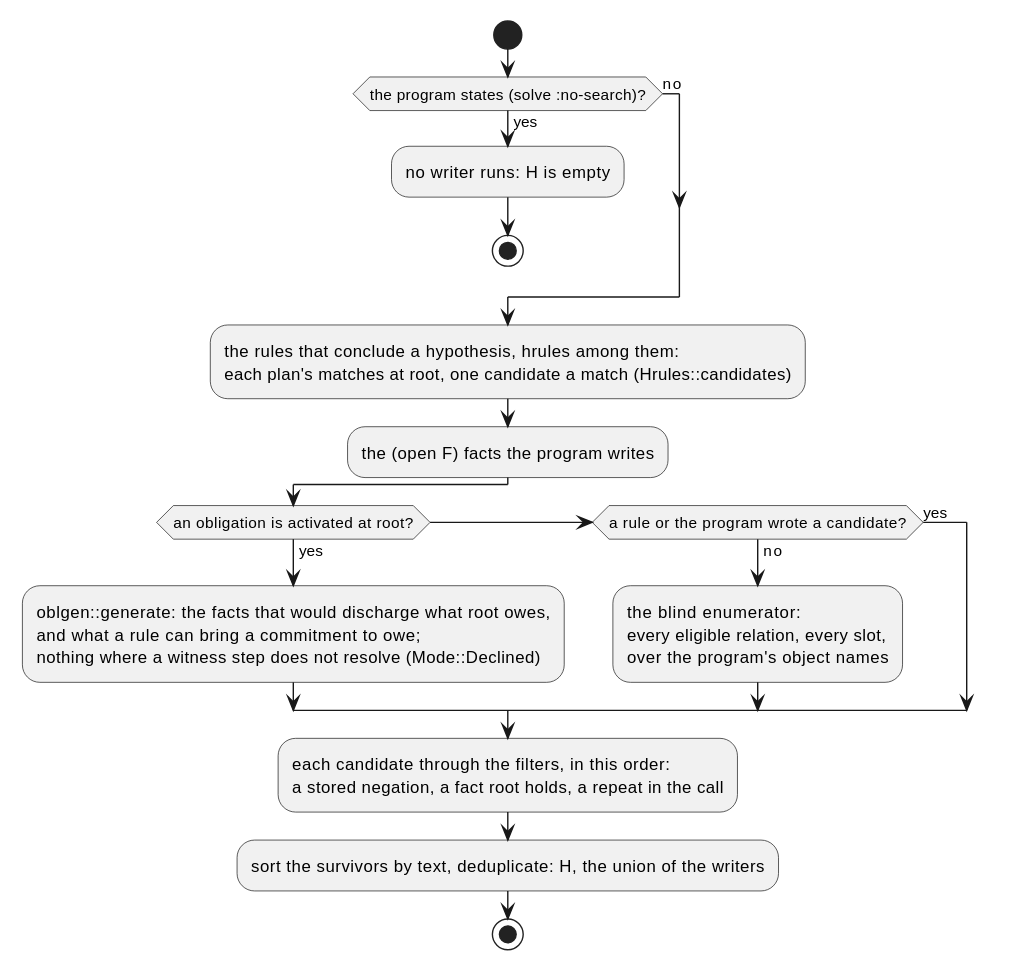
Earlier version of the PlantUML export docs/ein/ein.rs/diagrams/02-hypothesis-writers.svg (agutikov/ein). Its source is kept beside it as docs/ein/ein.rs/diagrams/02-hypothesis-writers.puml.
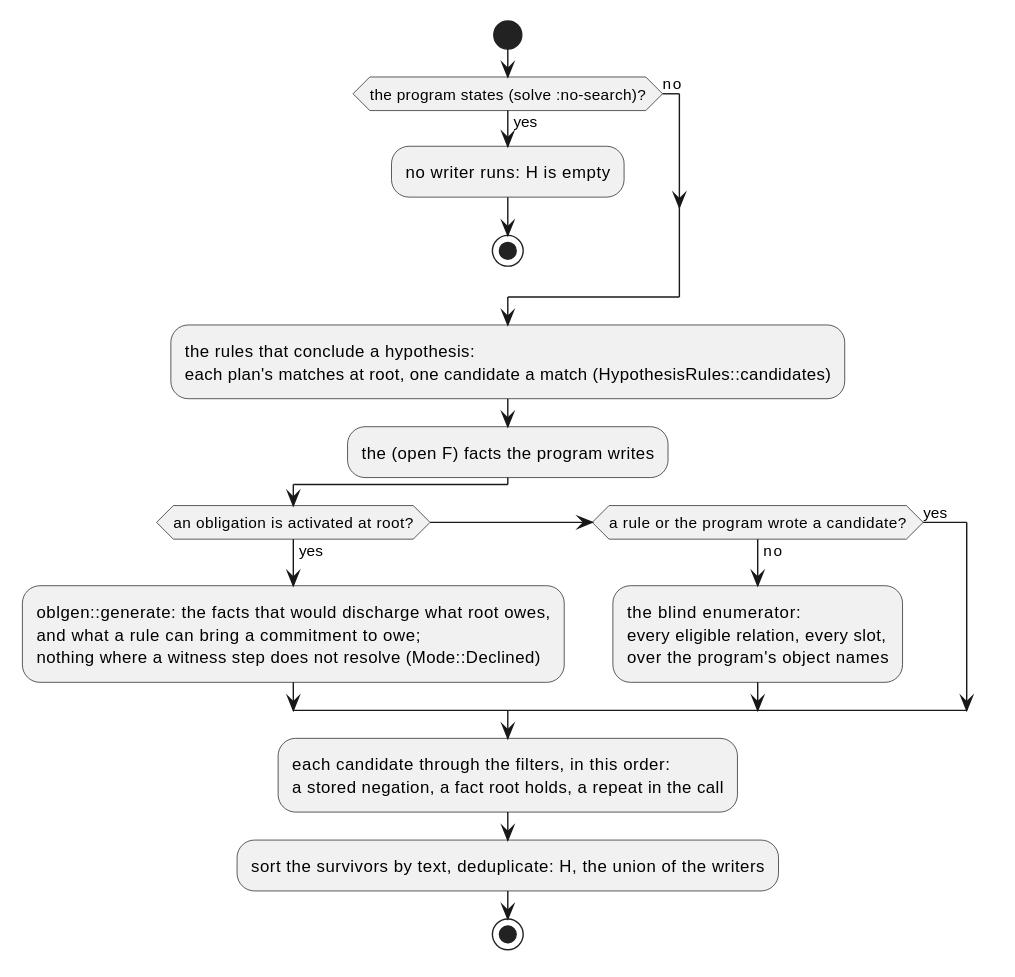
Above is the later version.

What changed in the source:
```diff
@@ -5,7 +5,7 @@
   stop
 else (no)
 endif
-:the rules that conclude a hypothesis, hrules among them:\neach plan's matches at root, one candidate a match (Hrules::candidates);
+:the rules that conclude a hypothesis:\neach plan's matches at root, one candidate a match (HypothesisRules::candidates);
 :the (open F) facts the program writes;
 if (an obligation is activated at root?) then (yes)
   :oblgen::generate: the facts that would discharge what root owes,\nand what a rule can bring a commitment to owe;\nnothing where a witness step does not resolve (Mode::Declined);
```
